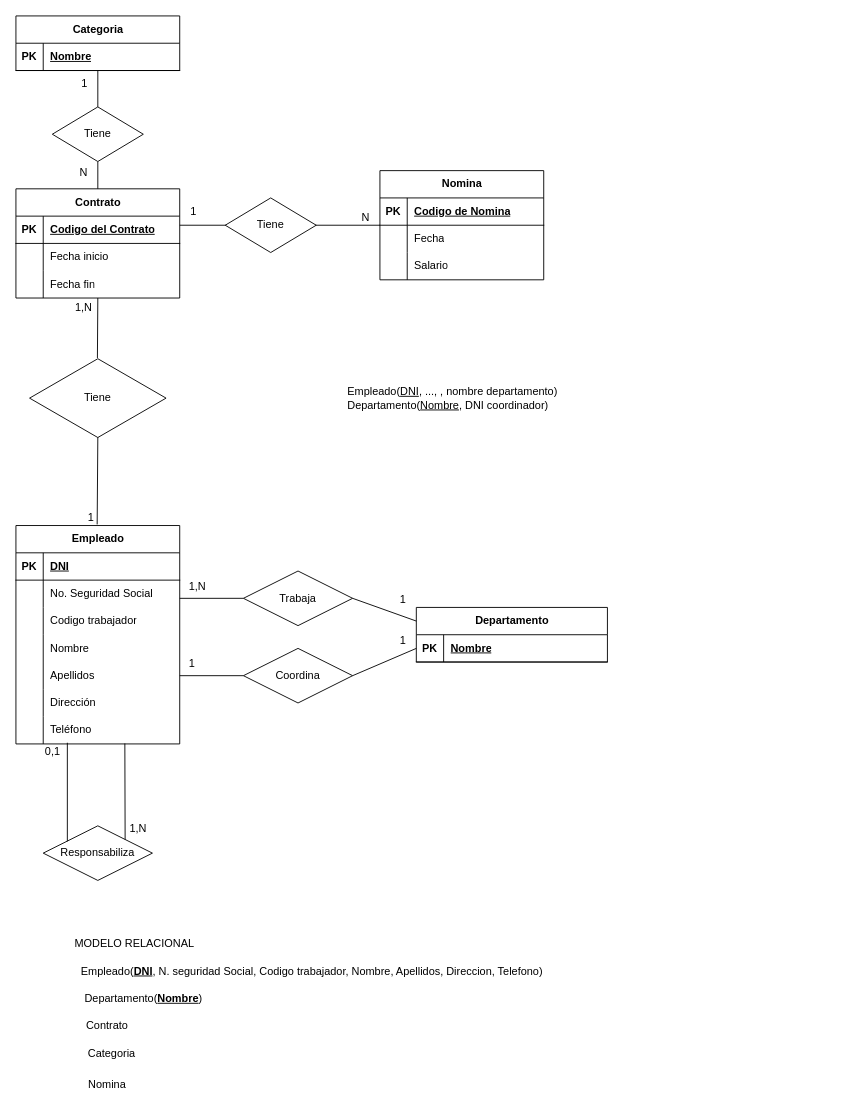
BasementHalfStackDev/ejercicios-ud12 keeps this draw.io diagram as Ejercicio_7_Organigrama.drawio. Above is the earlier version. Source tidied: cells renumbered, new cells numbered last; positions are measured from the earlier drawing's top-left corner, leaving out a move shared by most shapes. Both pictures are drawn from the tidied source at 91%, with x=0, y=0 at pixel (15, 15).
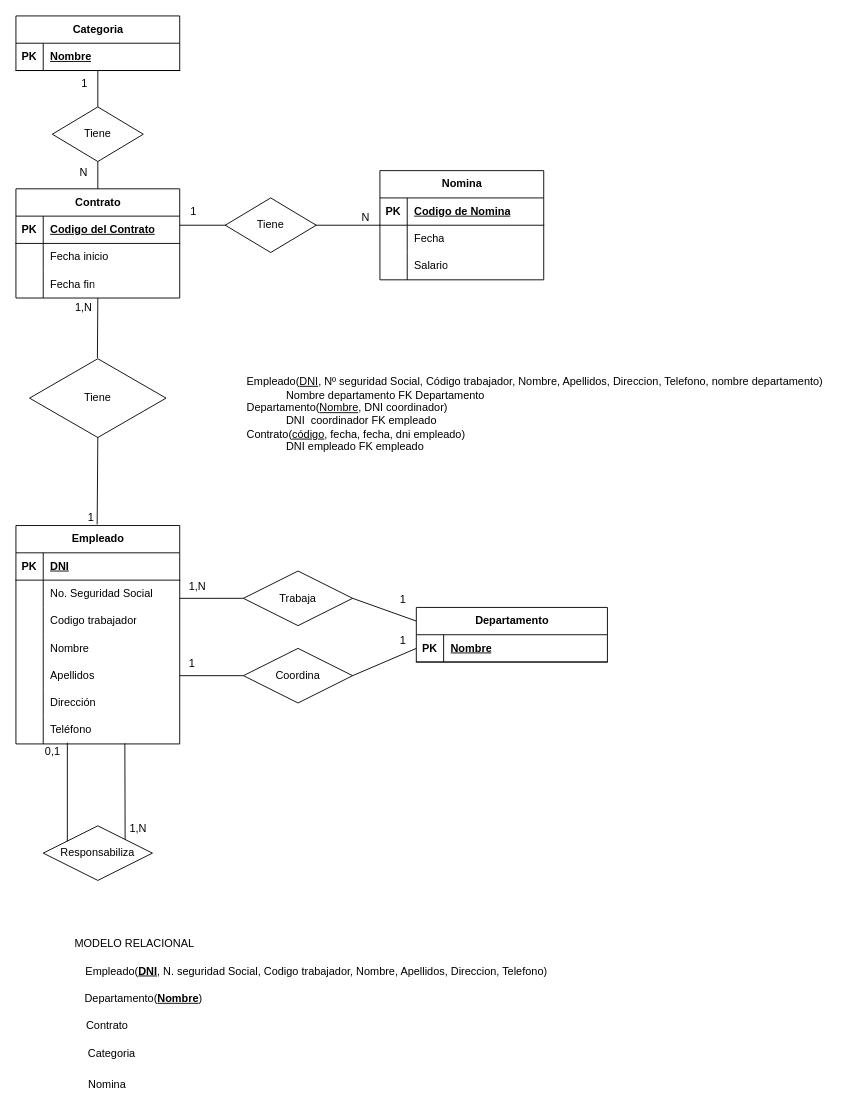
The same diagram, later.

Diff of the diagram source:
```diff
@@
-    <mxCell id="83" value="Empleado(&lt;u&gt;DNI&lt;/u&gt;, ..., , nombre departamento)&lt;br&gt;&lt;div style=&quot;text-align: left;&quot;&gt;Departamento(&lt;u&gt;Nombre&lt;/u&gt;, DNI coordinador)&lt;/div&gt;" style="text;html=1;strokeColor=none;fillColor=none;align=center;verticalAlign=middle;whiteSpace=wrap;rounded=0;" parent="1" vertex="1">
-      <mxGeometry x="360" y="405" width="240" height="30" as="geometry" />
-    </mxCell>
     <mxCell id="84" value="Empleado(&lt;b&gt;&lt;u&gt;DNI&lt;/u&gt;&lt;/b&gt;, N. seguridad Social, Codigo trabajador, Nombre, Apellidos, Direccion, Telefono)" style="text;html=1;align=center;verticalAlign=middle;strokeColor=none;fillColor=none;" parent="1" vertex="1">
-      <mxGeometry x="60" y="1035" width="530" height="30" as="geometry" />
+      <mxGeometry x="65" y="1035" width="530" height="30" as="geometry" />
     </mxCell>
@@
+    <mxCell id="89" value="Empleado(&lt;u style=&quot;border-color: var(--border-color);&quot;&gt;DNI&lt;/u&gt;, Nº seguridad Social, Código trabajador, Nombre, Apellidos, Direccion, Telefono&lt;span style=&quot;&quot;&gt;, nombre departamento) &lt;br&gt;&lt;div style=&quot;text-align: left;&quot;&gt;&lt;span style=&quot;background-color: initial;&quot;&gt;&amp;nbsp; &amp;nbsp; &amp;nbsp; &amp;nbsp; &amp;nbsp; &amp;nbsp; &amp;nbsp;Nombre departamento FK Departamento&lt;/span&gt;&lt;/div&gt;&lt;/span&gt;&lt;div style=&quot;border-color: var(--border-color); text-align: left;&quot;&gt;Departamento(&lt;u style=&quot;border-color: var(--border-color);&quot;&gt;Nombre&lt;/u&gt;, DNI coordinador)&lt;/div&gt;&lt;div style=&quot;border-color: var(--border-color); text-align: left;&quot;&gt;&amp;nbsp; &amp;nbsp; &amp;nbsp; &amp;nbsp; &amp;nbsp; &amp;nbsp; &amp;nbsp;DNI&amp;nbsp; coordinador FK empleado&amp;nbsp;&lt;/div&gt;&lt;div style=&quot;border-color: var(--border-color); text-align: left;&quot;&gt;Contrato(&lt;u style=&quot;border-color: var(--border-color);&quot;&gt;código&lt;/u&gt;, fecha, fecha, dni empleado)&lt;/div&gt;&lt;div style=&quot;border-color: var(--border-color); text-align: left;&quot;&gt;&amp;nbsp; &amp;nbsp; &amp;nbsp; &amp;nbsp; &amp;nbsp; &amp;nbsp; &amp;nbsp;DNI empleado FK empleado&lt;/div&gt;&lt;div style=&quot;border-color: var(--border-color); text-align: left;&quot;&gt;&lt;br&gt;&lt;/div&gt;" style="text;html=1;align=center;verticalAlign=middle;strokeColor=none;fillColor=none;" parent="1" vertex="1">
+      <mxGeometry x="240" y="390" width="660" height="110" as="geometry" />
+    </mxCell>
```
